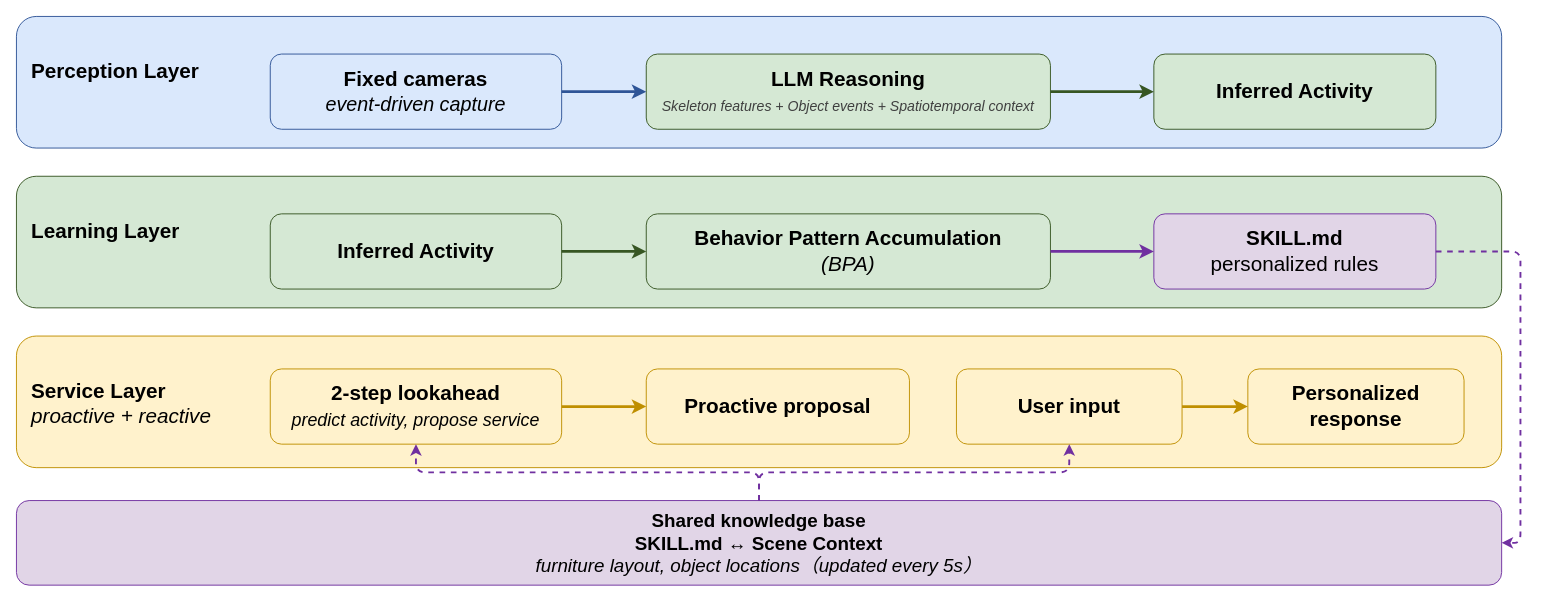
The draw.io diagram drawch3/3.1_system_overview.drawio in wenny2377/pythonBackend3, before the edit. Source tidied: cells renumbered, new cells numbered last; positions are measured from the earlier drawing's top-left corner, leaving out a move shared by most shapes. Both pictures are drawn from the tidied source at 94%, with x=0, y=0 at pixel (16, 16).
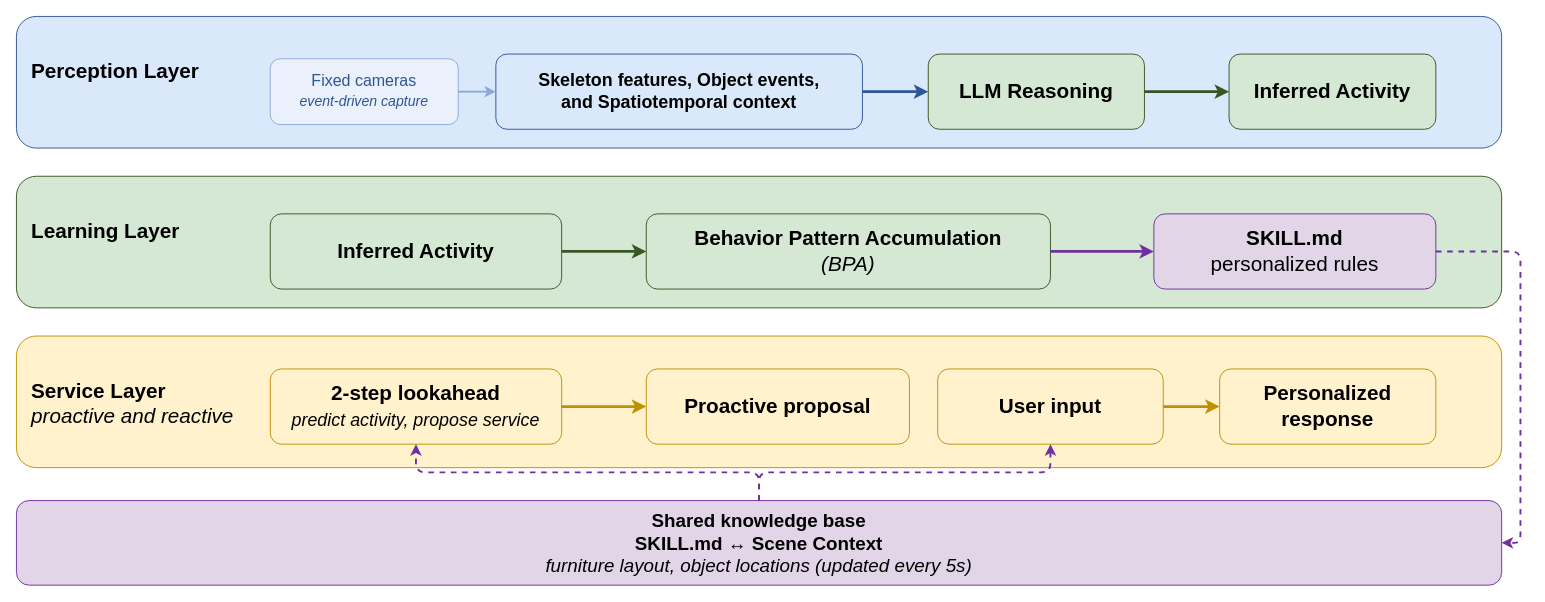
The same page after the edit.

What changed in the source:
```diff
@@
-    <mxCell id="3" value="Fixed cameras&lt;br&gt;&lt;span style=&quot;font-weight: normal;&quot;&gt;&lt;font style=&quot;font-size: 21px;&quot;&gt;&lt;i&gt;event-driven capture&lt;/i&gt;&lt;/font&gt;&lt;/span&gt;" style="rounded=1;whiteSpace=wrap;html=1;fillColor=#dae8fc;strokeColor=#2f5597;fontColor=#000000;fontSize=22;fontStyle=1;" parent="1" vertex="1">
-      <mxGeometry x="270" y="40" width="310" height="80" as="geometry" />
+    <mxCell id="3" value="Fixed cameras&lt;br&gt;&lt;span style=&quot;font-weight: normal;&quot;&gt;&lt;font style=&quot;font-size: 15px;&quot;&gt;&lt;i&gt;event-driven capture&lt;/i&gt;&lt;/font&gt;&lt;/span&gt;" style="rounded=1;whiteSpace=wrap;html=1;fillColor=#eaf1fb;strokeColor=#8ea9d6;fontColor=#2f5597;fontSize=17;fontStyle=0;" parent="1" vertex="1">
+      <mxGeometry x="270" y="45" width="200" height="70" as="geometry" />
     </mxCell>
+    <mxCell id="25" value="Skeleton features, Object events,&lt;br&gt;and Spatiotemporal context" style="rounded=1;whiteSpace=wrap;html=1;fillColor=#dae8fc;strokeColor=#2f5597;fontColor=#000000;fontSize=19;fontStyle=1;" parent="1" vertex="1">
+      <mxGeometry x="510" y="40" width="390" height="80" as="geometry" />
+    </mxCell>
-    <mxCell id="4" value="&lt;p&gt;&lt;font style=&quot;color: rgb(0, 0, 0);&quot;&gt;LLM Reasoning&lt;/font&gt;&lt;br style=&quot;color: rgb(63, 63, 63); scrollbar-color: rgb(226, 226, 226) rgb(251, 251, 251);&quot;&gt;&lt;i style=&quot;color: rgb(63, 63, 63); scrollbar-color: rgb(226, 226, 226) rgb(251, 251, 251); font-weight: normal;&quot;&gt;&lt;font style=&quot;font-size: 15px;&quot;&gt;Skeleton features + Object events + Spatiotemporal context&lt;/font&gt;&lt;/i&gt;&lt;/p&gt;" style="rounded=1;whiteSpace=wrap;html=1;fillColor=#d5e8d4;strokeColor=#375623;fontColor=#000000;fontSize=22;fontStyle=1;" parent="1" vertex="1">
-      <mxGeometry x="670" y="40" width="430" height="80" as="geometry" />
+    <mxCell id="4" value="LLM Reasoning" style="rounded=1;whiteSpace=wrap;html=1;fillColor=#d5e8d4;strokeColor=#375623;fontColor=#000000;fontSize=22;fontStyle=1;" parent="1" vertex="1">
+      <mxGeometry x="970" y="40" width="230" height="80" as="geometry" />
     </mxCell>
     <mxCell id="5" value="Inferred Activity" style="rounded=1;whiteSpace=wrap;html=1;fillColor=#d5e8d4;strokeColor=#375623;fontColor=#000000;fontSize=22;fontStyle=1;" parent="1" vertex="1">
-      <mxGeometry x="1210" y="40" width="300" height="80" as="geometry" />
+      <mxGeometry x="1290" y="40" width="220" height="80" as="geometry" />
     </mxCell>
+    <mxCell id="26" style="edgeStyle=orthogonalEdgeStyle;strokeColor=#8ea9d6;strokeWidth=2;" parent="1" edge="1" source="3" target="25">
+      <mxGeometry relative="1" as="geometry" />
+    </mxCell>
-    <mxCell id="6" style="edgeStyle=orthogonalEdgeStyle;strokeColor=#2f5597;strokeWidth=3;" parent="1" edge="1" source="3" target="4">
+    <mxCell id="6" style="edgeStyle=orthogonalEdgeStyle;strokeColor=#2f5597;strokeWidth=3;" parent="1" edge="1" source="25" target="4">
       <mxGeometry relative="1" as="geometry" />
     </mxCell>
@@
-    <mxCell id="14" value="&lt;h4&gt;&lt;font style=&quot;color: rgb(0, 0, 0);&quot;&gt;&lt;b&gt;&lt;font style=&quot;color: rgb(0, 0, 0);&quot;&gt;Service Layer&lt;/font&gt;&lt;/b&gt;&lt;br&gt;&lt;i style=&quot;font-weight: normal;&quot;&gt;proactive + reactive&lt;/i&gt;&lt;/font&gt;&lt;/h4&gt;" style="rounded=1;whiteSpace=wrap;html=1;fillColor=#fff2cc;strokeColor=#bf8f00;fontColor=#bf8f00;fontSize=22;verticalAlign=top;align=left;spacingLeft=14;spacingTop=10;" parent="1" vertex="1">
+    <mxCell id="14" value="&lt;h4&gt;&lt;font style=&quot;color: rgb(0, 0, 0);&quot;&gt;&lt;b&gt;&lt;font style=&quot;color: rgb(0, 0, 0);&quot;&gt;Service Layer&lt;/font&gt;&lt;/b&gt;&lt;br&gt;&lt;i style=&quot;font-weight: normal;&quot;&gt;proactive and reactive&lt;/i&gt;&lt;/font&gt;&lt;/h4&gt;" style="rounded=1;whiteSpace=wrap;html=1;fillColor=#fff2cc;strokeColor=#bf8f00;fontColor=#bf8f00;fontSize=22;verticalAlign=top;align=left;spacingLeft=14;spacingTop=10;" parent="1" vertex="1">
       <mxGeometry y="340" width="1580" height="140" as="geometry" />
     </mxCell>
@@
     <mxCell id="17" value="User input" style="rounded=1;whiteSpace=wrap;html=1;fillColor=#fff2cc;strokeColor=#bf8f00;fontColor=#000000;fontSize=22;fontStyle=1;" parent="1" vertex="1">
-      <mxGeometry x="1000" y="375" width="240" height="80" as="geometry" />
+      <mxGeometry x="980" y="375" width="240" height="80" as="geometry" />
     </mxCell>
     <mxCell id="18" value="Personalized response" style="rounded=1;whiteSpace=wrap;html=1;fillColor=#fff2cc;strokeColor=#bf8f00;fontColor=#000000;fontSize=22;fontStyle=1;" parent="1" vertex="1">
-      <mxGeometry x="1310" y="375" width="230" height="80" as="geometry" />
+      <mxGeometry x="1280" y="375" width="230" height="80" as="geometry" />
     </mxCell>
@@
-    <mxCell id="21" value="Shared knowledge base&lt;br&gt;SKILL.md  ↔  Scene Context&lt;br&gt;&lt;i style=&quot;font-weight: normal;&quot;&gt;furniture layout, object locations（updated every 5s）&lt;/i&gt;" style="rounded=1;whiteSpace=wrap;html=1;fillColor=#e1d5e7;strokeColor=#7030a0;fontColor=#000000;fontSize=20;fontStyle=1;" parent="1" vertex="1">
+    <mxCell id="21" value="Shared knowledge base&lt;br&gt;SKILL.md &amp;#8596; Scene Context&lt;br&gt;&lt;i style=&quot;font-weight: normal;&quot;&gt;furniture layout, object locations (updated every 5s)&lt;/i&gt;" style="rounded=1;whiteSpace=wrap;html=1;fillColor=#e1d5e7;strokeColor=#7030a0;fontColor=#000000;fontSize=20;fontStyle=1;" parent="1" vertex="1">
       <mxGeometry y="515" width="1580" height="90" as="geometry" />
     </mxCell>
```
